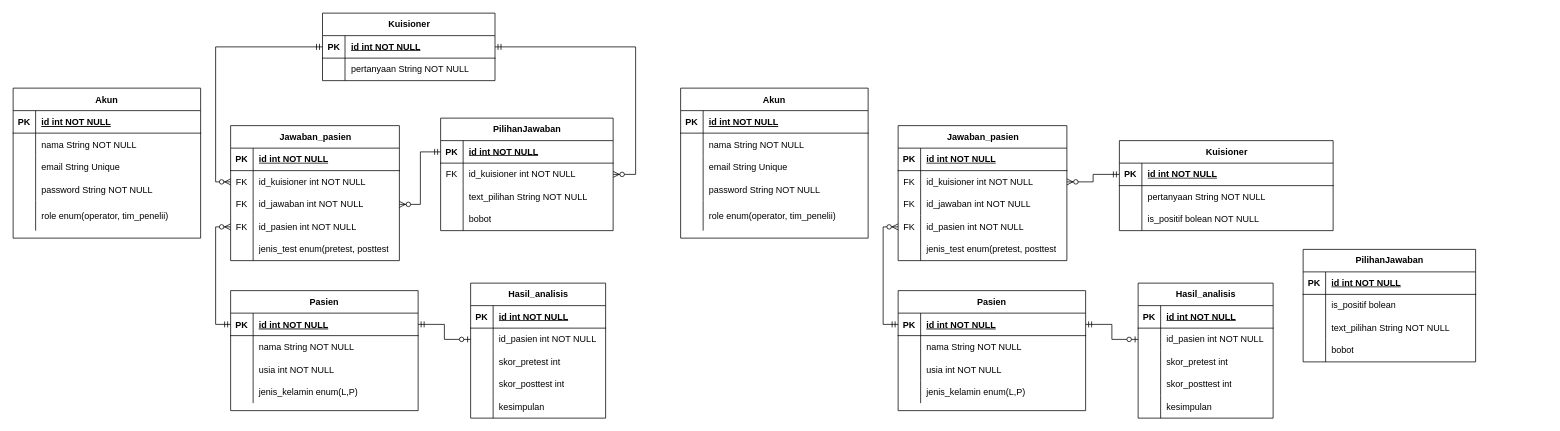
zzarr/Tugas-Akhir keeps this draw.io diagram as Untitled Diagram.drawio. Above is the earlier version. Source tidied: cells renumbered, new cells numbered last; positions are measured from the earlier drawing's top-left corner, leaving out a move shared by most shapes. Both pictures are drawn from the tidied source at 75%, with x=0, y=0 at pixel (13, 13).
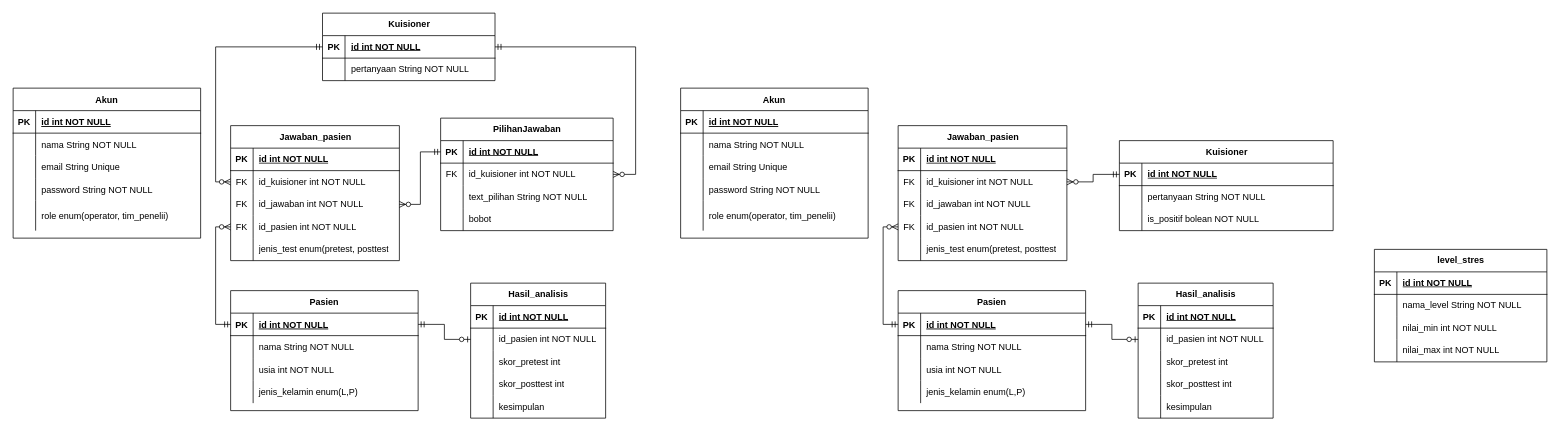
Above is the later version.

Unchanged cells that the change refers to:
```xml
<mxCell id="166" style="shape=tableRow;horizontal=0;startSize=0;swimlaneHead=0;swimlaneBody=0;fillColor=none;top=0;left=0;right=0;bottom=0;" parent="162" vertex="1">
  <mxGeometry y="60" width="230" height="30" as="geometry" />
</mxCell>
<mxCell id="169" style="shape=tableRow;horizontal=0;startSize=0;swimlaneHead=0;swimlaneBody=0;fillColor=none;top=0;left=0;right=0;bottom=0;" parent="162" vertex="1">
  <mxGeometry y="90" width="230" height="30" as="geometry" />
</mxCell>
<mxCell id="172" style="shape=tableRow;horizontal=0;startSize=0;swimlaneHead=0;swimlaneBody=0;fillColor=none;top=0;left=0;right=0;bottom=0;" parent="162" vertex="1">
  <mxGeometry y="120" width="230" height="30" as="geometry" />
</mxCell>
```

Diff of the diagram source:
```diff
@@
-    <mxCell id="162" value="PilihanJawaban" style="shape=table;startSize=30;childLayout=tableLayout;rowLines=0;fontStyle=1;align=center;html=1;" parent="1" vertex="1">
-      <mxGeometry x="1720" y="315" width="230" height="150" as="geometry" />
+    <mxCell id="162" value="level_stres" style="shape=table;startSize=30;childLayout=tableLayout;rowLines=0;fontStyle=1;align=center;html=1;" parent="1" vertex="1">
+      <mxGeometry x="1815" y="315" width="230" height="150" as="geometry" />
     </mxCell>
@@
-    <mxCell id="168" value="is_positif bolean" style="shape=partialRectangle;fillColor=none;top=0;left=0;bottom=0;right=0;align=left;spacingLeft=6;overflow=hidden;whiteSpace=wrap;html=1;" parent="166" vertex="1">
+    <mxCell id="168" value="nama_level String NOT NULL" style="shape=partialRectangle;fillColor=none;top=0;left=0;bottom=0;right=0;align=left;spacingLeft=6;overflow=hidden;whiteSpace=wrap;html=1;" parent="166" vertex="1">
       <mxGeometry x="30" width="200" height="30" as="geometry" />
     </mxCell>
@@
-    <mxCell id="171" value="text_pilihan String NOT NULL" style="shape=partialRectangle;fillColor=none;top=0;left=0;bottom=0;right=0;align=left;spacingLeft=6;overflow=hidden;whiteSpace=wrap;html=1;" parent="169" vertex="1">
+    <mxCell id="171" value="nilai_min int NOT NULL" style="shape=partialRectangle;fillColor=none;top=0;left=0;bottom=0;right=0;align=left;spacingLeft=6;overflow=hidden;whiteSpace=wrap;html=1;" parent="169" vertex="1">
       <mxGeometry x="30" width="200" height="30" as="geometry" />
     </mxCell>
@@
-    <mxCell id="174" value="bobot" style="shape=partialRectangle;fillColor=none;top=0;left=0;bottom=0;right=0;align=left;spacingLeft=6;overflow=hidden;whiteSpace=wrap;html=1;" parent="172" vertex="1">
+    <mxCell id="174" value="nilai_max int NOT NULL" style="shape=partialRectangle;fillColor=none;top=0;left=0;bottom=0;right=0;align=left;spacingLeft=6;overflow=hidden;whiteSpace=wrap;html=1;" parent="172" vertex="1">
       <mxGeometry x="30" width="200" height="30" as="geometry" />
     </mxCell>
```
